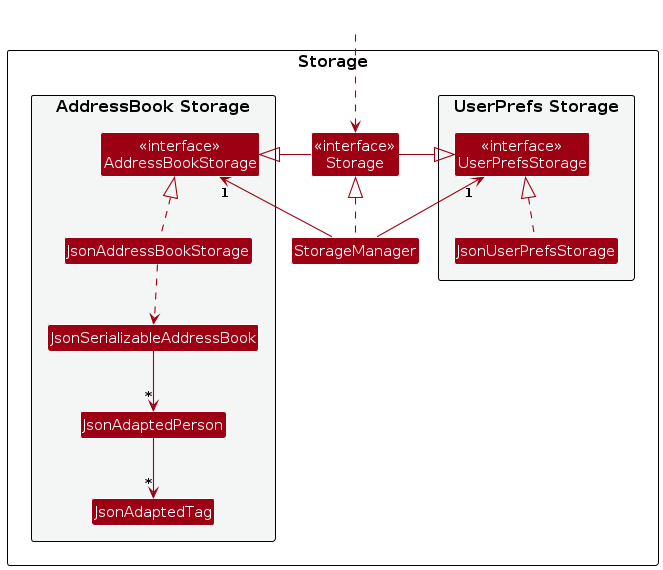
The PlantUML diagram diagrams/StorageClassDiagram.png in pr8190/tp, before a commit. Its source is kept beside it as diagrams/StorageClassDiagram.puml.
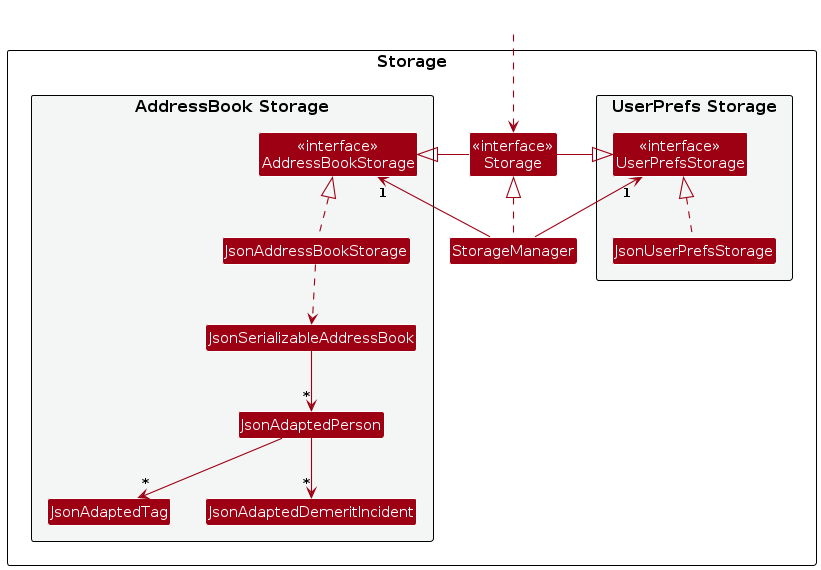
The same diagram one commit later.

What changed in the source:
```diff
@@ -20,6 +20,7 @@
 Class JsonSerializableAddressBook
 Class JsonAdaptedPerson
 Class JsonAdaptedTag
+Class JsonAdaptedDemeritIncident
 }
 
 }
@@ -39,5 +40,6 @@
 JsonAddressBookStorage ..> JsonSerializableAddressBook
 JsonSerializableAddressBook --> "*" JsonAdaptedPerson
 JsonAdaptedPerson --> "*" JsonAdaptedTag
+JsonAdaptedPerson --> "*" JsonAdaptedDemeritIncident
 
 @enduml
```
